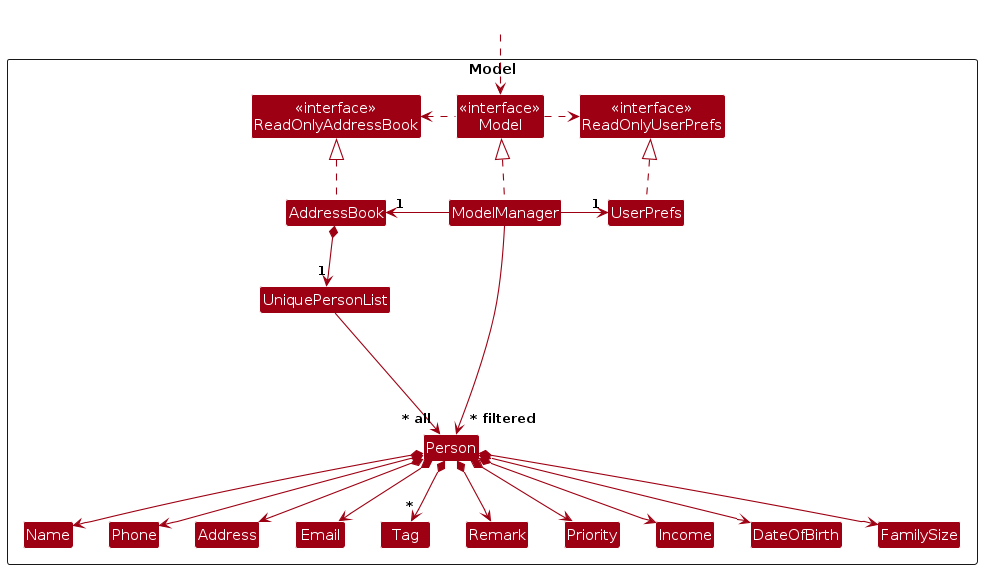
Earlier version of the PlantUML export diagrams/ModelClassDiagram.png (AY2425S1-CS2103T-F14b-1/tp). Its source is kept beside it as diagrams/ModelClassDiagram.puml.
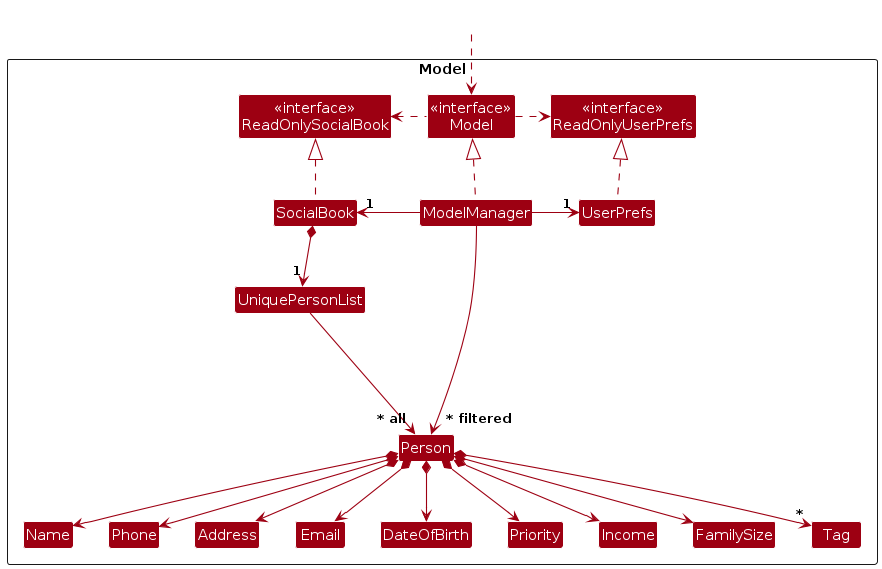
The same file after the commit.

What changed in the source:
```diff
@@ -5,25 +5,24 @@
 skinparam classBackgroundColor MODEL_COLOR
 
 Package Model as ModelPackage <<Rectangle>>{
-Class "<<interface>>\nReadOnlyAddressBook" as ReadOnlyAddressBook
+Class "<<interface>>\nReadOnlySocialBook" as ReadOnlySocialBook
 Class "<<interface>>\nReadOnlyUserPrefs" as ReadOnlyUserPrefs
 Class "<<interface>>\nModel" as Model
-Class AddressBook
+Class SocialBook
 Class ModelManager
 Class UserPrefs
 
 Class UniquePersonList
 Class Person
-Class Address
-Class Email
 Class Name
 Class Phone
-Class Tag
-Class Remark
+Class Email
+Class Address
+Class DateOfBirth
 Class Priority
 Class Income
-Class DateOfBirth
 Class FamilySize
+Class Tag
 
 Class I #FFFFFF
 }
@@ -31,27 +30,26 @@
 Class HiddenOutside #FFFFFF
 HiddenOutside ..> Model
 
-AddressBook .up.|> ReadOnlyAddressBook
+SocialBook .up.|> ReadOnlySocialBook
 
 ModelManager .up.|> Model
 Model .right.> ReadOnlyUserPrefs
-Model .left.> ReadOnlyAddressBook
-ModelManager -left-> "1" AddressBook
+Model .left.> ReadOnlySocialBook
+ModelManager -left-> "1" SocialBook
 ModelManager -right-> "1" UserPrefs
 UserPrefs .up.|> ReadOnlyUserPrefs
 
-AddressBook *--> "1" UniquePersonList
+SocialBook *--> "1" UniquePersonList
 UniquePersonList --> "~* all" Person
 Person *--> Name
 Person *--> Phone
 Person *--> Email
 Person *--> Address
-Person *--> "*" Tag
-Person *--> Remark
+Person *--> DateOfBirth
 Person *--> Priority
 Person *--> Income
-Person *--> DateOfBirth
 Person *--> FamilySize
+Person *--> "*" Tag
 
 Person -[hidden]up--> I
 UniquePersonList -[hidden]right-> I
```
